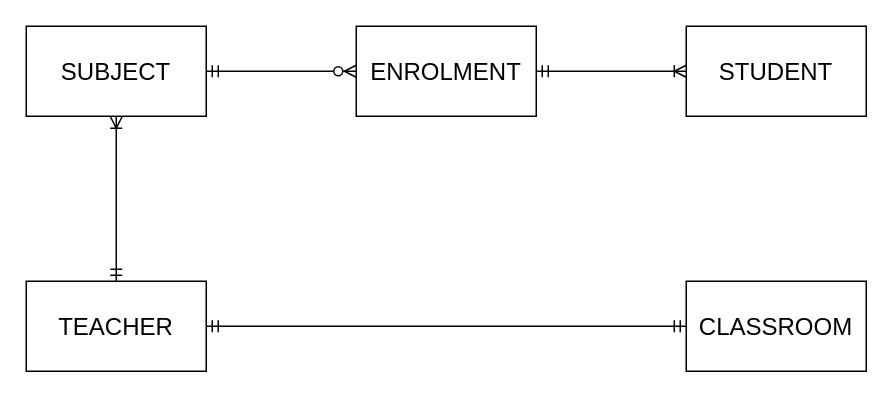
Before: 2024-JAN/question2a_diagram.drawio in YKLoh666/AACS3013-Past-Year-Answer, a draw.io diagram. Source tidied: cells renumbered, new cells numbered last; positions are measured from the earlier drawing's top-left corner, leaving out a move shared by most shapes. Both pictures are drawn from the tidied source at 150%, with x=0, y=0 at pixel (26, 26).
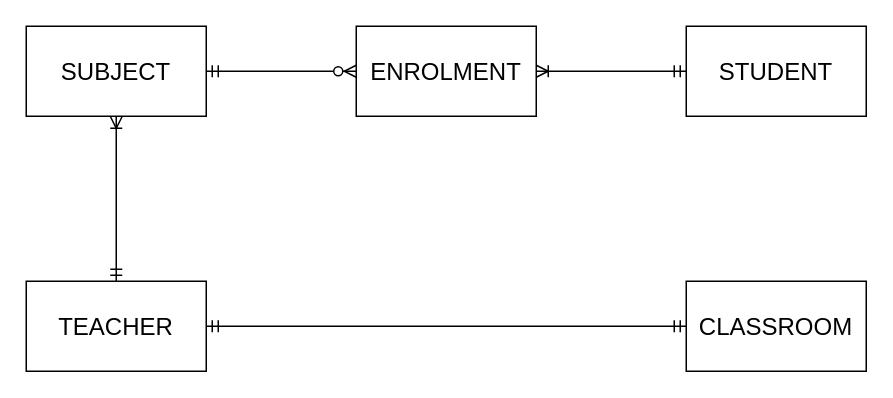
After the change.

Commit message (it also covers changes not shown here):
Fix Question 2a cardinality mistake

What changed in the source:
```diff
@@
 <mxGraphModel>
   <root>
     <mxCell id="0" />
     <mxCell id="1" parent="0" />
     <mxCell id="2" value="&lt;font style=&quot;font-size: 16px;&quot;&gt;SUBJECT&lt;/font&gt;" style="rounded=0;whiteSpace=wrap;html=1;" parent="1" vertex="1">
       <mxGeometry width="120" height="60" as="geometry" />
     </mxCell>
     <mxCell id="3" value="&lt;font style=&quot;font-size: 16px;&quot;&gt;STUDENT&lt;/font&gt;" style="rounded=0;whiteSpace=wrap;html=1;" parent="1" vertex="1">
       <mxGeometry x="440" width="120" height="60" as="geometry" />
     </mxCell>
     <mxCell id="4" value="&lt;font style=&quot;font-size: 16px;&quot;&gt;TEACHER&lt;/font&gt;" style="rounded=0;whiteSpace=wrap;html=1;" parent="1" vertex="1">
       <mxGeometry y="170" width="120" height="60" as="geometry" />
     </mxCell>
     <mxCell id="5" value="&lt;font style=&quot;font-size: 16px;&quot;&gt;CLASSROOM&lt;/font&gt;" style="rounded=0;whiteSpace=wrap;html=1;" parent="1" vertex="1">
       <mxGeometry x="440" y="170" width="120" height="60" as="geometry" />
     </mxCell>
     <mxCell id="6" value="&lt;font style=&quot;font-size: 16px;&quot;&gt;ENROLMENT&lt;/font&gt;" style="rounded=0;whiteSpace=wrap;html=1;" parent="1" vertex="1">
       <mxGeometry x="220" width="120" height="60" as="geometry" />
     </mxCell>
     <mxCell id="7" style="edgeStyle=entityRelationEdgeStyle;fontSize=12;html=1;endArrow=ERzeroToMany;startArrow=ERmandOne;rounded=0;exitX=1;exitY=0.5;exitDx=0;exitDy=0;entryX=0;entryY=0.5;entryDx=0;entryDy=0;" parent="1" edge="1" source="2" target="6">
       <mxGeometry relative="1" as="geometry" />
     </mxCell>
-    <mxCell id="8" style="edgeStyle=entityRelationEdgeStyle;fontSize=12;html=1;endArrow=ERoneToMany;startArrow=ERmandOne;rounded=0;entryX=0;entryY=0.5;entryDx=0;entryDy=0;exitX=1;exitY=0.5;exitDx=0;exitDy=0;" parent="1" edge="1" source="6" target="3">
+    <mxCell id="8" style="edgeStyle=entityRelationEdgeStyle;fontSize=12;html=1;endArrow=ERoneToMany;startArrow=ERmandOne;rounded=0;exitX=0;exitY=0.5;exitDx=0;exitDy=0;entryX=1;entryY=0.5;entryDx=0;entryDy=0;" parent="1" edge="1" source="3" target="6">
       <mxGeometry relative="1" as="geometry" />
     </mxCell>
     <mxCell id="9" style="edgeStyle=orthogonalEdgeStyle;fontSize=12;html=1;endArrow=ERoneToMany;startArrow=ERmandOne;rounded=0;exitX=0.5;exitY=0;exitDx=0;exitDy=0;entryX=0.5;entryY=1;entryDx=0;entryDy=0;" parent="1" edge="1" source="4" target="2">
       <mxGeometry relative="1" as="geometry" />
     </mxCell>
     <mxCell id="10" style="edgeStyle=entityRelationEdgeStyle;fontSize=12;html=1;endArrow=ERmandOne;startArrow=ERmandOne;rounded=0;exitX=1;exitY=0.5;exitDx=0;exitDy=0;entryX=0;entryY=0.5;entryDx=0;entryDy=0;" parent="1" edge="1" source="4" target="5">
       <mxGeometry relative="1" as="geometry" />
     </mxCell>
   </root>
 </mxGraphModel>
```
